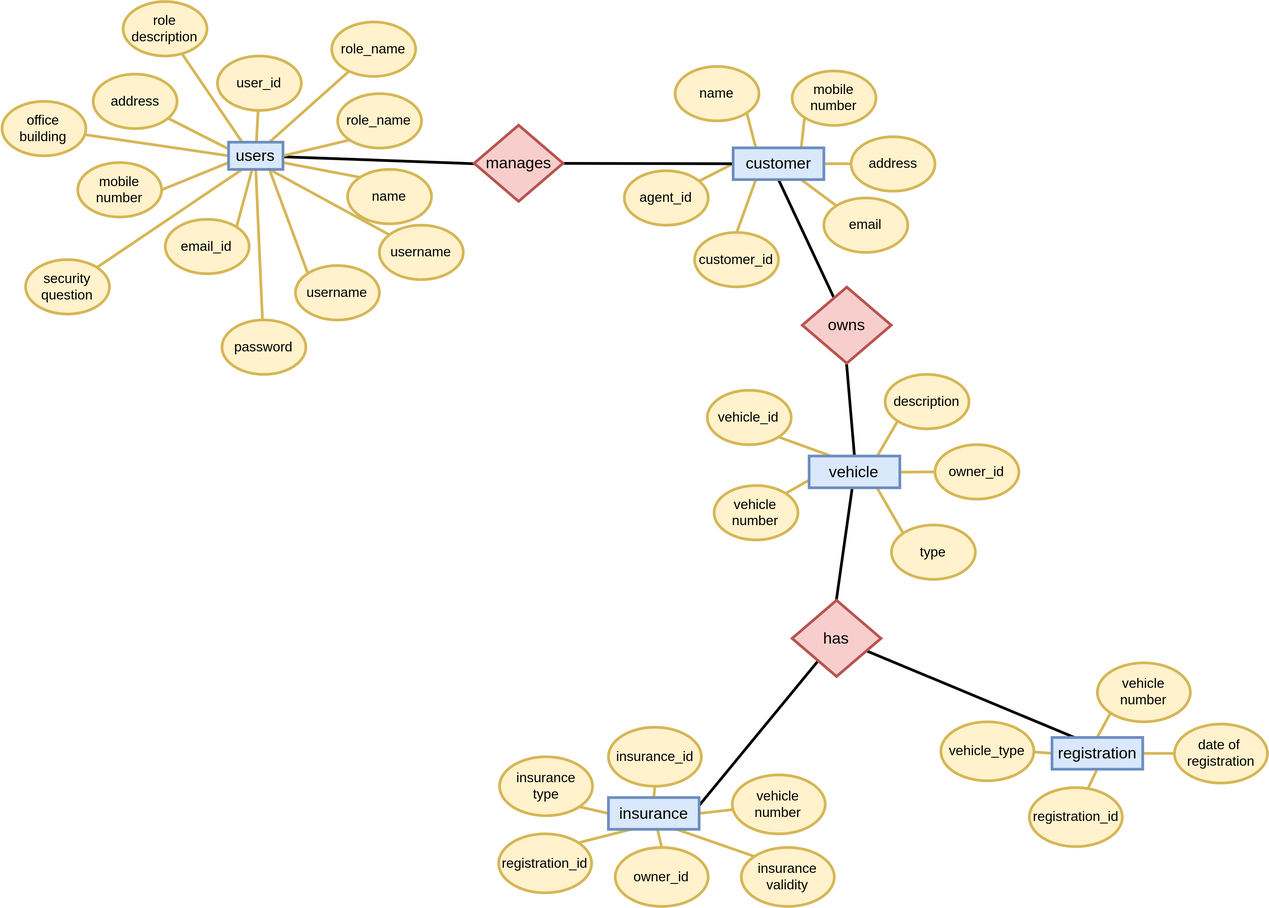
The draw.io diagram Draw-Files/Redundant-Entity-Relationship.svg in Gituser143/DBMS-Project, before a commit. Source tidied: cells renumbered, new cells last; positions are measured from the earlier drawing's top-left corner, leaving out a move shared by most shapes.
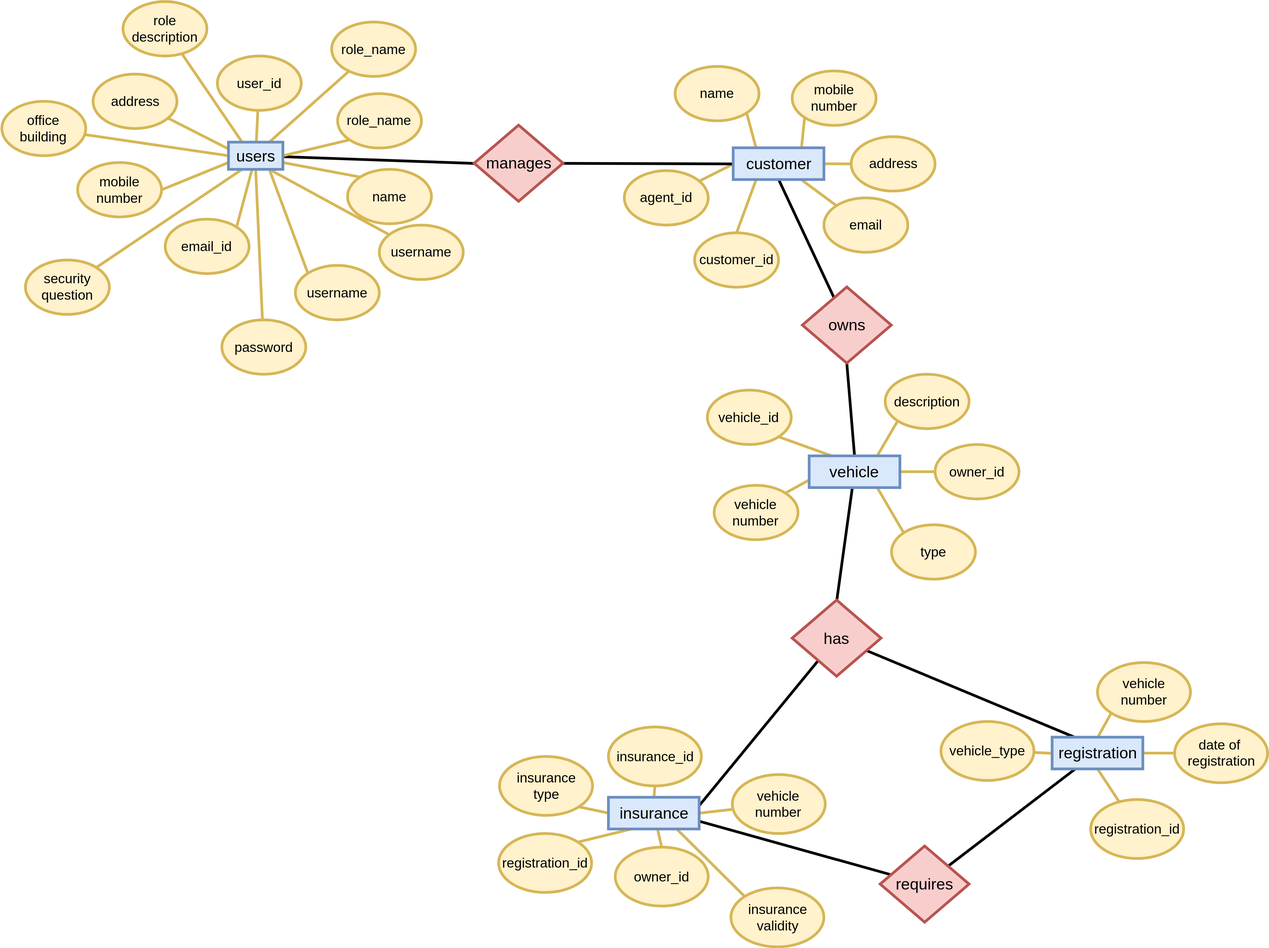
After the commit.

Change to the diagram source:
```diff
@@ -2,6 +2,12 @@
   <root>
     <mxCell id="0" />
     <mxCell id="1" parent="0" />
+    <mxCell id="85" style="edgeStyle=none;rounded=0;html=1;entryX=0.25;entryY=1;endArrow=none;endFill=0;jettySize=auto;strokeWidth=6;" parent="1" edge="1" source="87" target="83">
+      <mxGeometry relative="1" as="geometry" />
+    </mxCell>
+    <mxCell id="86" style="rounded=0;html=1;entryX=1;entryY=0.75;jettySize=auto;endArrow=none;endFill=0;strokeWidth=6;" parent="1" edge="1" source="87" target="84">
+      <mxGeometry relative="1" as="geometry" />
+    </mxCell>
     <mxCell id="2" style="edgeStyle=none;rounded=0;html=1;entryX=0;entryY=0.5;endArrow=none;endFill=0;jettySize=auto;strokeWidth=6;" parent="1" edge="1" source="80" target="67">
       <mxGeometry relative="1" as="geometry" />
     </mxCell>
@@ -144,7 +150,7 @@
       <mxGeometry relative="1" as="geometry" />
     </mxCell>
     <mxCell id="49" value="&lt;font style=&quot;font-size: 30px&quot;&gt;registration_id&lt;br&gt;&lt;/font&gt;" style="ellipse;whiteSpace=wrap;html=1;fillColor=#fff2cc;strokeColor=#d6b656;strokeWidth=6;" parent="1" vertex="1">
-      <mxGeometry x="2265.5" y="1732.7" width="205" height="130" as="geometry" />
+      <mxGeometry x="2400" y="1760.2" width="205" height="130" as="geometry" />
     </mxCell>
     <mxCell id="50" style="edgeStyle=none;rounded=0;html=1;exitX=0;exitY=1;entryX=0.5;entryY=0;endArrow=none;endFill=0;jettySize=auto;fillColor=#fff2cc;strokeColor=#d6b656;strokeWidth=6;" parent="1" edge="1" source="51" target="83">
       <mxGeometry relative="1" as="geometry" />
@@ -192,7 +198,7 @@
       <mxGeometry relative="1" as="geometry" />
     </mxCell>
     <mxCell id="65" value="&lt;font style=&quot;font-size: 30px&quot;&gt;insurance&lt;br&gt;validity&lt;br&gt;&lt;/font&gt;" style="ellipse;whiteSpace=wrap;html=1;fillColor=#fff2cc;strokeColor=#d6b656;strokeWidth=6;" parent="1" vertex="1">
-      <mxGeometry x="1630" y="1865" width="205" height="130" as="geometry" />
+      <mxGeometry x="1607.5" y="1955" width="205" height="130" as="geometry" />
     </mxCell>
     <mxCell id="66" style="edgeStyle=none;rounded=0;html=1;entryX=0;entryY=0.5;endArrow=none;endFill=0;jettySize=auto;strokeWidth=6;" parent="1" edge="1" source="67" target="81">
       <mxGeometry relative="1" as="geometry" />
@@ -251,5 +257,8 @@
     <mxCell id="84" value="&lt;span style=&quot;font-size: 35px&quot;&gt;insurance&lt;/span&gt;" style="rounded=0;whiteSpace=wrap;html=1;fillColor=#dae8fc;strokeColor=#6c8ebf;strokeWidth=6;" parent="1" vertex="1">
       <mxGeometry x="1337.5" y="1755" width="200" height="70" as="geometry" />
     </mxCell>
+    <mxCell id="87" value="&lt;font style=&quot;font-size: 35px&quot;&gt;requires&lt;/font&gt;" style="rhombus;whiteSpace=wrap;html=1;strokeWidth=6;fillColor=#f8cecc;strokeColor=#b85450;" parent="1" vertex="1">
+      <mxGeometry x="1936.5" y="1862.5" width="196" height="168" as="geometry" />
+    </mxCell>
   </root>
 </mxGraphModel>
```
